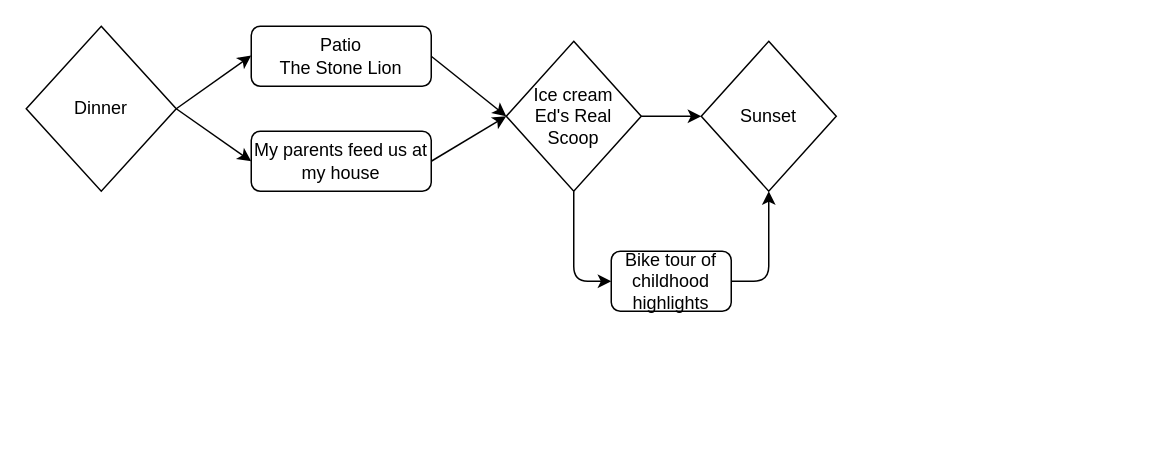
This is Untitled Diagram.drawio from erinhp8/SW_Code, a draw.io file, before an edit. Source tidied: cells renumbered, new cells numbered last; positions are measured from the earlier drawing's top-left corner, leaving out a move shared by most shapes. Both pictures are drawn from the tidied source at 150%, with x=0, y=0 at pixel (26, 26).
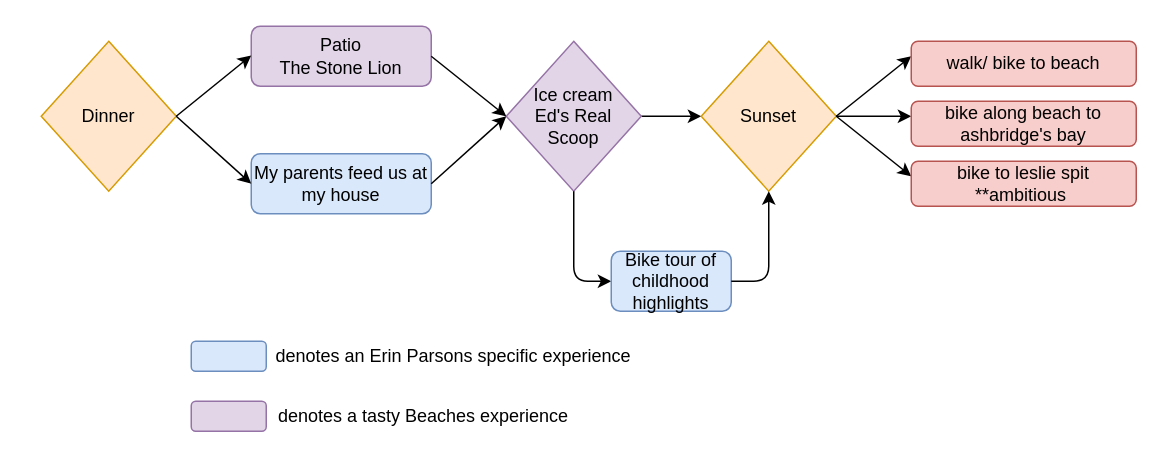
The same diagram, later.

What changed in the source:
```diff
@@
-    <mxCell id="2" value="Patio&lt;br&gt;The Stone Lion" style="rounded=1;whiteSpace=wrap;html=1;fontSize=12;glass=0;strokeWidth=1;shadow=0;" parent="1" vertex="1">
+    <mxCell id="2" value="Patio&lt;br&gt;The Stone Lion" style="rounded=1;whiteSpace=wrap;html=1;fontSize=12;glass=0;strokeWidth=1;shadow=0;fillColor=#e1d5e7;strokeColor=#9673a6;" parent="1" vertex="1">
       <mxGeometry x="150" width="120" height="40" as="geometry" />
     </mxCell>
-    <mxCell id="3" value="My parents feed us at my house" style="rounded=1;whiteSpace=wrap;html=1;fontSize=12;glass=0;strokeWidth=1;shadow=0;" parent="1" vertex="1">
-      <mxGeometry x="150" y="70" width="120" height="40" as="geometry" />
+    <mxCell id="3" value="My parents feed us at my house" style="rounded=1;whiteSpace=wrap;html=1;fontSize=12;glass=0;strokeWidth=1;shadow=0;fillColor=#dae8fc;strokeColor=#6c8ebf;" parent="1" vertex="1">
+      <mxGeometry x="150" y="85" width="120" height="40" as="geometry" />
     </mxCell>
-    <mxCell id="4" value="Dinner" style="rhombus;whiteSpace=wrap;html=1;" parent="1" vertex="1">
-      <mxGeometry width="100" height="110" as="geometry" />
+    <mxCell id="4" value="Dinner" style="rhombus;whiteSpace=wrap;html=1;fillColor=#ffe6cc;strokeColor=#d79b00;" parent="1" vertex="1">
+      <mxGeometry x="10" y="10" width="90" height="100" as="geometry" />
     </mxCell>
@@
-    <mxCell id="6" value="Ice cream&lt;br&gt;Ed's Real Scoop" style="rhombus;whiteSpace=wrap;html=1;" parent="1" vertex="1">
+    <mxCell id="6" value="Ice cream&lt;br&gt;Ed's Real Scoop" style="rhombus;whiteSpace=wrap;html=1;fillColor=#e1d5e7;strokeColor=#9673a6;" parent="1" vertex="1">
       <mxGeometry x="320" y="10" width="90" height="100" as="geometry" />
     </mxCell>
-    <mxCell id="7" style="endArrow=classic;html=1;entryX=0;entryY=0.5;entryDx=0;entryDy=0;" parent="1" edge="1" target="6">
-      <mxGeometry relative="1" as="geometry">
-        <mxPoint x="270" y="90" as="sourcePoint" />
-        <Array as="points">
-          <mxPoint x="270" y="90" />
-        </Array>
-      </mxGeometry>
-    </mxCell>
@@
-    <mxCell id="10" value="Sunset" style="rhombus;whiteSpace=wrap;html=1;" parent="1" vertex="1">
+    <mxCell id="10" value="Sunset" style="rhombus;whiteSpace=wrap;html=1;fillColor=#ffe6cc;strokeColor=#d79b00;" parent="1" vertex="1">
       <mxGeometry x="450" y="10" width="90" height="100" as="geometry" />
     </mxCell>
@@
-    <mxCell id="12" value="&lt;span&gt;Bike tour of childhood highlights&lt;/span&gt;" style="rounded=1;whiteSpace=wrap;html=1;" parent="1" vertex="1">
+    <mxCell id="12" value="&lt;span&gt;Bike tour of childhood highlights&lt;/span&gt;" style="rounded=1;whiteSpace=wrap;html=1;fillColor=#dae8fc;strokeColor=#6c8ebf;" parent="1" vertex="1">
       <mxGeometry x="390" y="150" width="80" height="40" as="geometry" />
     </mxCell>
@@
+    <mxCell id="15" style="endArrow=classic;html=1;" parent="1" edge="1">
+      <mxGeometry relative="1" as="geometry">
+        <mxPoint x="540" y="60" as="sourcePoint" />
+        <mxPoint x="590" y="20" as="targetPoint" />
+      </mxGeometry>
+    </mxCell>
+    <mxCell id="16" style="endArrow=classic;html=1;" parent="1" edge="1">
+      <mxGeometry relative="1" as="geometry">
+        <mxPoint x="540" y="60" as="sourcePoint" />
+        <mxPoint x="590" y="100" as="targetPoint" />
+      </mxGeometry>
+    </mxCell>
+    <mxCell id="17" style="endArrow=classic;html=1;" parent="1" edge="1">
+      <mxGeometry relative="1" as="geometry">
+        <mxPoint x="540" y="60" as="sourcePoint" />
+        <mxPoint x="590" y="60" as="targetPoint" />
+      </mxGeometry>
+    </mxCell>
+    <mxCell id="18" value="walk/ bike to beach" style="rounded=1;whiteSpace=wrap;html=1;fillColor=#f8cecc;strokeColor=#b85450;" parent="1" vertex="1">
+      <mxGeometry x="590" y="10" width="150" height="30" as="geometry" />
+    </mxCell>
+    <mxCell id="19" value="bike along beach to ashbridge's bay" style="rounded=1;whiteSpace=wrap;html=1;fillColor=#f8cecc;strokeColor=#b85450;" parent="1" vertex="1">
+      <mxGeometry x="590" y="50" width="150" height="30" as="geometry" />
+    </mxCell>
+    <mxCell id="20" value="bike to leslie spit **ambitious&amp;nbsp;" style="rounded=1;whiteSpace=wrap;html=1;fillColor=#f8cecc;strokeColor=#b85450;" parent="1" vertex="1">
+      <mxGeometry x="590" y="90" width="150" height="30" as="geometry" />
+    </mxCell>
+    <mxCell id="21" style="endArrow=classic;html=1;exitX=1;exitY=0.5;exitDx=0;exitDy=0;entryX=0;entryY=0.5;entryDx=0;entryDy=0;" parent="1" edge="1" source="3" target="6">
+      <mxGeometry relative="1" as="geometry" />
+    </mxCell>
+    <mxCell id="22" style="rounded=1;whiteSpace=wrap;html=1;fillColor=#dae8fc;strokeColor=#6c8ebf;" parent="1" vertex="1">
+      <mxGeometry x="110" y="210" width="50" height="20" as="geometry" />
+    </mxCell>
+    <mxCell id="23" value="denotes an Erin Parsons specific experience" style="text;html=1;strokeColor=none;fillColor=none;align=center;verticalAlign=middle;whiteSpace=wrap;rounded=0;" parent="1" vertex="1">
+      <mxGeometry x="150" y="210" width="270" height="20" as="geometry" />
+    </mxCell>
+    <mxCell id="24" style="rounded=1;whiteSpace=wrap;html=1;fillColor=#e1d5e7;strokeColor=#9673a6;" parent="1" vertex="1">
+      <mxGeometry x="110" y="250" width="50" height="20" as="geometry" />
+    </mxCell>
+    <mxCell id="25" value="denotes a tasty Beaches experience" style="text;html=1;strokeColor=none;fillColor=none;align=center;verticalAlign=middle;whiteSpace=wrap;rounded=0;" parent="1" vertex="1">
+      <mxGeometry x="160" y="250" width="210" height="20" as="geometry" />
+    </mxCell>
```
